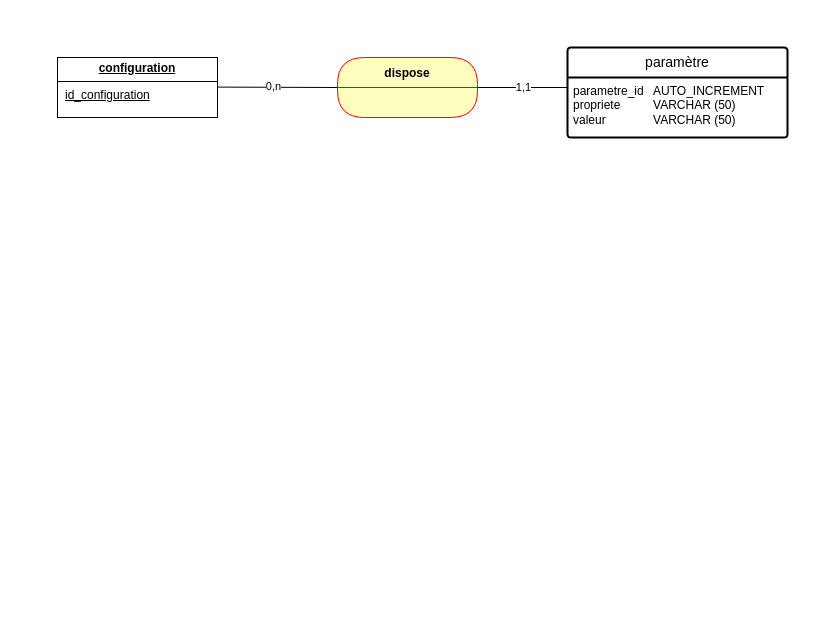
The draw.io diagram diagramme de classe.drawio in nancyh13500/ecoride, before the edit. Source tidied: cells renumbered, new cells numbered last; positions are measured from the earlier drawing's top-left corner, leaving out a move shared by most shapes. Both pictures are drawn from the tidied source at 100%, with x=0, y=0 at pixel (57, 47).
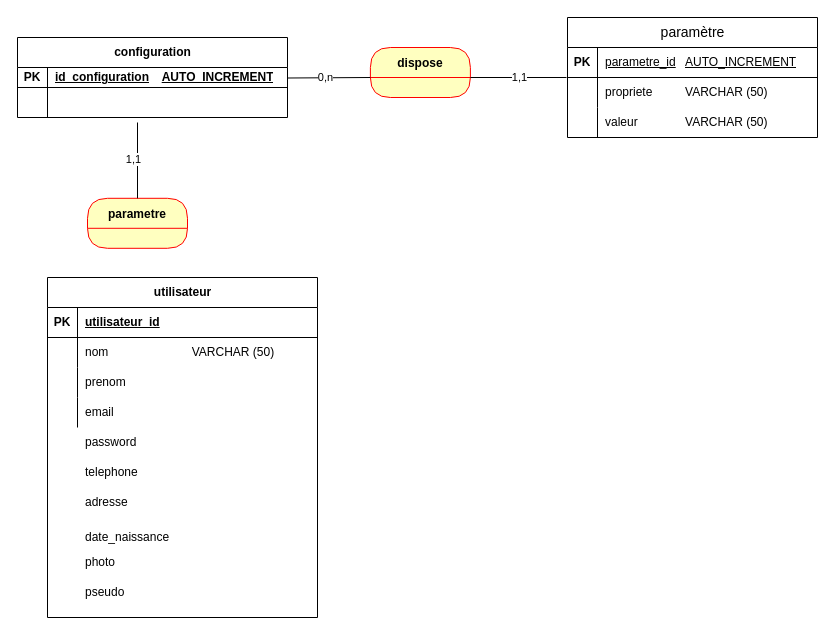
The same diagram, later.

Commit message:
Mettre à jour diagramme de classe.drawio

Diff of the diagram source:
```diff
@@
     <mxCell id="2" value="dispose" style="swimlane;fontStyle=1;align=center;verticalAlign=middle;horizontal=1;startSize=30;fontColor=#000000;rounded=1;arcSize=30;strokeColor=#ff0000;fillColor=#ffffc0;swimlaneFillColor=#ffffc0;" parent="1" vertex="1">
-      <mxGeometry x="280" y="10" width="140" height="60" as="geometry" />
+      <mxGeometry x="312.9" width="100" height="50" as="geometry" />
     </mxCell>
-    <mxCell id="3" value="&lt;p style=&quot;margin:0px;margin-top:4px;text-align:center;text-decoration:underline;&quot;&gt;&lt;b&gt;configuration&lt;/b&gt;&lt;/p&gt;&lt;hr size=&quot;1&quot; style=&quot;border-style:solid;&quot;&gt;&lt;p style=&quot;margin:0px;margin-left:8px;&quot;&gt;&lt;u&gt;id_configuration&lt;/u&gt;&lt;/p&gt;" style="verticalAlign=top;align=left;overflow=fill;html=1;whiteSpace=wrap;" parent="1" vertex="1">
-      <mxGeometry y="10" width="160" height="60" as="geometry" />
-    </mxCell>
-    <mxCell id="4" value="paramètre" style="swimlane;horizontal=1;startSize=30;rounded=1;fontSize=14;fontStyle=0;strokeWidth=2;shadow=0;dashed=0;align=center;arcSize=4;whiteSpace=wrap;html=1;" parent="1" vertex="1">
-      <mxGeometry x="510" width="220" height="90" as="geometry" />
-    </mxCell>
-    <mxCell id="5" value="parametre_id&lt;span style=&quot;white-space: pre;&quot;&gt;&#9;&lt;/span&gt;AUTO_INCREMENT&lt;div&gt;propriete&lt;span style=&quot;white-space: pre;&quot;&gt;&#9;&lt;/span&gt;&lt;span style=&quot;white-space: pre;&quot;&gt;&#9;&lt;/span&gt;VARCHAR (50)&lt;/div&gt;&lt;div&gt;valeur&lt;span style=&quot;white-space: pre;&quot;&gt;&#9;&lt;/span&gt;&lt;span style=&quot;white-space: pre;&quot;&gt;&#9;&lt;/span&gt;VARCHAR (50)&lt;/div&gt;" style="align=left;strokeColor=none;fillColor=none;spacingLeft=4;fontSize=12;verticalAlign=top;html=1;" parent="4" vertex="1">
-      <mxGeometry y="30" width="220" height="60" as="geometry" />
-    </mxCell>
-    <mxCell id="6" style="endArrow=none;html=1;rounded=0;" parent="1" edge="1">
+    <mxCell id="6" style="endArrow=none;html=1;rounded=0;exitX=1.009;exitY=0.137;exitDx=0;exitDy=0;exitPerimeter=0;" parent="1" edge="1">
       <mxGeometry relative="1" as="geometry">
-        <mxPoint x="160" y="39.6" as="sourcePoint" />
-        <mxPoint x="280" y="40" as="targetPoint" />
+        <mxPoint x="230" y="30.5" as="sourcePoint" />
+        <mxPoint x="312.9" y="30" as="targetPoint" />
       </mxGeometry>
     </mxCell>
@@
     <mxCell id="8" style="endArrow=none;html=1;rounded=0;" parent="1" edge="1">
       <mxGeometry relative="1" as="geometry">
-        <mxPoint x="420" y="40" as="sourcePoint" />
-        <mxPoint x="510" y="40" as="targetPoint" />
+        <mxPoint x="412.9" y="30" as="sourcePoint" />
+        <mxPoint x="509" y="30" as="targetPoint" />
       </mxGeometry>
     </mxCell>
@@
+    <mxCell id="10" value="parametre" style="swimlane;fontStyle=1;align=center;verticalAlign=middle;horizontal=1;startSize=30;fontColor=#000000;rounded=1;arcSize=30;strokeColor=#ff0000;fillColor=#ffffc0;swimlaneFillColor=#ffffc0;" parent="1" vertex="1">
+      <mxGeometry x="30" y="150.8" width="100" height="50" as="geometry" />
+    </mxCell>
+    <mxCell id="11" style="endArrow=none;html=1;rounded=0;entryX=0.5;entryY=0;entryDx=0;entryDy=0;exitX=0.5;exitY=1;exitDx=0;exitDy=0;" parent="1" edge="1" target="10">
+      <mxGeometry relative="1" as="geometry">
+        <mxPoint x="80" y="75" as="sourcePoint" />
+      </mxGeometry>
+    </mxCell>
+    <mxCell id="12" value="1,1" style="edgeLabel;html=1;align=center;verticalAlign=middle;" parent="11" vertex="1">
+      <mxGeometry x="-0.04" y="-5" relative="1" as="geometry" />
+    </mxCell>
+    <mxCell id="13" value="configuration" style="shape=table;startSize=30;childLayout=tableLayout;rowLines=0;fontStyle=1;align=center;html=1;" parent="1" vertex="1">
+      <mxGeometry x="-40" y="-10" width="270" height="80" as="geometry" />
+    </mxCell>
+    <mxCell id="14" style="shape=tableRow;horizontal=0;startSize=0;swimlaneHead=0;swimlaneBody=0;fillColor=none;top=0;left=0;right=0;bottom=1;" parent="13" vertex="1">
+      <mxGeometry y="30" width="270" height="20" as="geometry" />
+    </mxCell>
+    <mxCell id="15" value="PK" style="shape=partialRectangle;fillColor=none;top=0;left=0;bottom=0;right=0;fontStyle=1;overflow=hidden;whiteSpace=wrap;html=1;" parent="14" vertex="1">
+      <mxGeometry width="30" height="20" as="geometry" />
+    </mxCell>
+    <mxCell id="16" value="id_configuration&lt;span style=&quot;white-space: pre;&quot;&gt;&#9;&lt;/span&gt;AUTO_INCREMENT" style="shape=partialRectangle;fillColor=none;top=0;left=0;bottom=0;right=0;align=left;spacingLeft=6;fontStyle=5;overflow=hidden;whiteSpace=wrap;html=1;" parent="14" vertex="1">
+      <mxGeometry x="30" width="240" height="20" as="geometry" />
+    </mxCell>
+    <mxCell id="17" style="shape=tableRow;horizontal=0;startSize=0;swimlaneHead=0;swimlaneBody=0;fillColor=none;top=0;left=0;right=0;bottom=0;" parent="13" vertex="1">
+      <mxGeometry y="50" width="270" height="30" as="geometry" />
+    </mxCell>
+    <mxCell id="18" style="shape=partialRectangle;fillColor=none;top=0;left=0;bottom=0;right=0;overflow=hidden;whiteSpace=wrap;html=1;" parent="17" vertex="1">
+      <mxGeometry width="30" height="30" as="geometry" />
+    </mxCell>
+    <mxCell id="19" style="shape=partialRectangle;fillColor=none;top=0;left=0;bottom=0;right=0;align=left;spacingLeft=6;overflow=hidden;whiteSpace=wrap;html=1;" parent="17" vertex="1">
+      <mxGeometry x="30" width="240" height="30" as="geometry" />
+    </mxCell>
+    <mxCell id="4" value="&lt;span style=&quot;font-size: 14px; font-weight: 400; text-wrap-mode: wrap;&quot;&gt;paramètre&lt;/span&gt;" style="shape=table;startSize=30;childLayout=tableLayout;rowLines=0;fontStyle=1;align=center;html=1;" parent="1" vertex="1">
+      <mxGeometry x="510" y="-30" width="250" height="120" as="geometry" />
+    </mxCell>
+    <mxCell id="20" style="shape=tableRow;horizontal=0;startSize=0;swimlaneHead=0;swimlaneBody=0;fillColor=none;top=0;left=0;right=0;bottom=1;" parent="4" vertex="1">
+      <mxGeometry y="30" width="250" height="30" as="geometry" />
+    </mxCell>
+    <mxCell id="21" value="PK" style="shape=partialRectangle;fillColor=none;top=0;left=0;bottom=0;right=0;fontStyle=1;overflow=hidden;whiteSpace=wrap;html=1;" parent="20" vertex="1">
+      <mxGeometry width="30" height="30" as="geometry" />
+    </mxCell>
+    <mxCell id="22" value="&lt;span style=&quot;font-weight: 400; text-wrap-mode: nowrap;&quot;&gt;parametre_id&lt;/span&gt;&lt;span style=&quot;font-weight: 400; white-space: pre;&quot;&gt;&#9;&lt;/span&gt;&lt;span style=&quot;font-weight: 400; text-wrap-mode: nowrap;&quot;&gt;AUTO_INCREMENT&lt;/span&gt;" style="shape=partialRectangle;fillColor=none;top=0;left=0;bottom=0;right=0;align=left;spacingLeft=6;fontStyle=5;overflow=hidden;whiteSpace=wrap;html=1;" parent="20" vertex="1">
+      <mxGeometry x="30" width="220" height="30" as="geometry" />
+    </mxCell>
+    <mxCell id="23" style="shape=tableRow;horizontal=0;startSize=0;swimlaneHead=0;swimlaneBody=0;fillColor=none;top=0;left=0;right=0;bottom=0;" parent="4" vertex="1">
+      <mxGeometry y="60" width="250" height="30" as="geometry" />
+    </mxCell>
+    <mxCell id="24" style="shape=partialRectangle;fillColor=none;top=0;left=0;bottom=0;right=0;overflow=hidden;whiteSpace=wrap;html=1;" parent="23" vertex="1">
+      <mxGeometry width="30" height="30" as="geometry" />
+    </mxCell>
+    <mxCell id="25" value="&lt;div style=&quot;text-wrap-mode: nowrap;&quot;&gt;propriete&lt;span style=&quot;white-space-collapse: preserve;&quot;&gt;&#9;&lt;/span&gt;&lt;span style=&quot;white-space-collapse: preserve;&quot;&gt;&#9;&lt;/span&gt;VARCHAR (50)&lt;/div&gt;" style="shape=partialRectangle;fillColor=none;top=0;left=0;bottom=0;right=0;align=left;spacingLeft=6;overflow=hidden;whiteSpace=wrap;html=1;" parent="23" vertex="1">
+      <mxGeometry x="30" width="220" height="30" as="geometry" />
+    </mxCell>
+    <mxCell id="26" style="shape=tableRow;horizontal=0;startSize=0;swimlaneHead=0;swimlaneBody=0;fillColor=none;top=0;left=0;right=0;bottom=0;" parent="4" vertex="1">
+      <mxGeometry y="90" width="250" height="30" as="geometry" />
+    </mxCell>
+    <mxCell id="27" style="shape=partialRectangle;fillColor=none;top=0;left=0;bottom=0;right=0;overflow=hidden;whiteSpace=wrap;html=1;" parent="26" vertex="1">
+      <mxGeometry width="30" height="30" as="geometry" />
+    </mxCell>
+    <mxCell id="28" value="&lt;span style=&quot;text-wrap-mode: nowrap;&quot;&gt;valeur&lt;/span&gt;&lt;span style=&quot;white-space: pre;&quot;&gt;&#9;&lt;/span&gt;&lt;span style=&quot;white-space: pre;&quot;&gt;&#9;&lt;/span&gt;&lt;span style=&quot;text-wrap-mode: nowrap;&quot;&gt;VARCHAR (50)&lt;/span&gt;" style="shape=partialRectangle;fillColor=none;top=0;left=0;bottom=0;right=0;align=left;spacingLeft=6;overflow=hidden;whiteSpace=wrap;html=1;" parent="26" vertex="1">
+      <mxGeometry x="30" width="220" height="30" as="geometry" />
+    </mxCell>
+    <mxCell id="29" value="utilisateur" style="shape=table;startSize=30;childLayout=tableLayout;rowLines=0;fontStyle=1;align=center;html=1;" parent="1" vertex="1">
+      <mxGeometry x="-10" y="230" width="270" height="340" as="geometry" />
+    </mxCell>
+    <mxCell id="30" style="shape=tableRow;horizontal=0;startSize=0;swimlaneHead=0;swimlaneBody=0;fillColor=none;top=0;left=0;right=0;bottom=1;" parent="29" vertex="1">
+      <mxGeometry y="30" width="270" height="30" as="geometry" />
+    </mxCell>
+    <mxCell id="31" value="PK" style="shape=partialRectangle;fillColor=none;top=0;left=0;bottom=0;right=0;fontStyle=1;overflow=hidden;whiteSpace=wrap;html=1;" parent="30" vertex="1">
+      <mxGeometry width="30" height="30" as="geometry" />
+    </mxCell>
+    <mxCell id="32" value="utilisateur_id" style="shape=partialRectangle;fillColor=none;top=0;left=0;bottom=0;right=0;align=left;spacingLeft=6;fontStyle=5;overflow=hidden;whiteSpace=wrap;html=1;" parent="30" vertex="1">
+      <mxGeometry x="30" width="240" height="30" as="geometry" />
+    </mxCell>
+    <mxCell id="33" style="shape=tableRow;horizontal=0;startSize=0;swimlaneHead=0;swimlaneBody=0;fillColor=none;top=0;left=0;right=0;bottom=0;" parent="29" vertex="1">
+      <mxGeometry y="60" width="270" height="30" as="geometry" />
+    </mxCell>
+    <mxCell id="34" style="shape=partialRectangle;fillColor=none;top=0;left=0;bottom=0;right=0;overflow=hidden;whiteSpace=wrap;html=1;" parent="33" vertex="1">
+      <mxGeometry width="30" height="30" as="geometry" />
+    </mxCell>
+    <mxCell id="35" value="nom&lt;span style=&quot;white-space: pre;&quot;&gt;&#9;&lt;/span&gt;&lt;span style=&quot;white-space: pre;&quot;&gt;&#9;&lt;span style=&quot;white-space: pre;&quot;&gt;&#9;&lt;span style=&quot;white-space: pre;&quot;&gt;&#9;&lt;/span&gt;&lt;/span&gt;&lt;/span&gt;VARCHAR (50)" style="shape=partialRectangle;fillColor=none;top=0;left=0;bottom=0;right=0;align=left;spacingLeft=6;overflow=hidden;whiteSpace=wrap;html=1;" parent="33" vertex="1">
+      <mxGeometry x="30" width="240" height="30" as="geometry" />
+    </mxCell>
+    <mxCell id="36" style="shape=tableRow;horizontal=0;startSize=0;swimlaneHead=0;swimlaneBody=0;fillColor=none;top=0;left=0;right=0;bottom=0;" parent="29" vertex="1">
+      <mxGeometry y="90" width="270" height="30" as="geometry" />
+    </mxCell>
+    <mxCell id="37" style="shape=partialRectangle;fillColor=none;top=0;left=0;bottom=0;right=0;overflow=hidden;whiteSpace=wrap;html=1;" parent="36" vertex="1">
+      <mxGeometry width="30" height="30" as="geometry" />
+    </mxCell>
+    <mxCell id="38" value="prenom" style="shape=partialRectangle;fillColor=none;top=0;left=0;bottom=0;right=0;align=left;spacingLeft=6;overflow=hidden;whiteSpace=wrap;html=1;" parent="36" vertex="1">
+      <mxGeometry x="30" width="240" height="30" as="geometry" />
+    </mxCell>
+    <mxCell id="39" style="shape=tableRow;horizontal=0;startSize=0;swimlaneHead=0;swimlaneBody=0;fillColor=none;top=0;left=0;right=0;bottom=0;" parent="29" vertex="1">
+      <mxGeometry y="120" width="270" height="30" as="geometry" />
+    </mxCell>
+    <mxCell id="40" style="shape=partialRectangle;fillColor=none;top=0;left=0;bottom=0;right=0;overflow=hidden;whiteSpace=wrap;html=1;" parent="39" vertex="1">
+      <mxGeometry width="30" height="30" as="geometry" />
+    </mxCell>
+    <mxCell id="41" value="email" style="shape=partialRectangle;fillColor=none;top=0;left=0;bottom=0;right=0;align=left;spacingLeft=6;overflow=hidden;whiteSpace=wrap;html=1;" parent="39" vertex="1">
+      <mxGeometry x="30" width="240" height="30" as="geometry" />
+    </mxCell>
+    <mxCell id="42" value="password" style="shape=partialRectangle;fillColor=none;top=0;left=0;bottom=0;right=0;align=left;spacingLeft=6;overflow=hidden;whiteSpace=wrap;html=1;" parent="1" vertex="1">
+      <mxGeometry x="20" y="380" width="230" height="30" as="geometry" />
+    </mxCell>
+    <mxCell id="43" value="telephone" style="shape=partialRectangle;fillColor=none;top=0;left=0;bottom=0;right=0;align=left;spacingLeft=6;overflow=hidden;whiteSpace=wrap;html=1;" parent="1" vertex="1">
+      <mxGeometry x="20" y="410" width="230" height="30" as="geometry" />
+    </mxCell>
+    <mxCell id="44" value="adresse" style="shape=partialRectangle;fillColor=none;top=0;left=0;bottom=0;right=0;align=left;spacingLeft=6;overflow=hidden;whiteSpace=wrap;html=1;" parent="1" vertex="1">
+      <mxGeometry x="20" y="440" width="230" height="30" as="geometry" />
+    </mxCell>
+    <mxCell id="45" value="date_naissance" style="shape=partialRectangle;fillColor=none;top=0;left=0;bottom=0;right=0;align=left;spacingLeft=6;overflow=hidden;whiteSpace=wrap;html=1;" parent="1" vertex="1">
+      <mxGeometry x="20" y="475" width="230" height="30" as="geometry" />
+    </mxCell>
+    <mxCell id="46" value="photo" style="shape=partialRectangle;fillColor=none;top=0;left=0;bottom=0;right=0;align=left;spacingLeft=6;overflow=hidden;whiteSpace=wrap;html=1;" parent="1" vertex="1">
+      <mxGeometry x="20" y="500" width="230" height="30" as="geometry" />
+    </mxCell>
+    <mxCell id="47" value="pseudo" style="shape=partialRectangle;fillColor=none;top=0;left=0;bottom=0;right=0;align=left;spacingLeft=6;overflow=hidden;whiteSpace=wrap;html=1;" parent="1" vertex="1">
+      <mxGeometry x="20" y="530" width="230" height="30" as="geometry" />
+    </mxCell>
```
